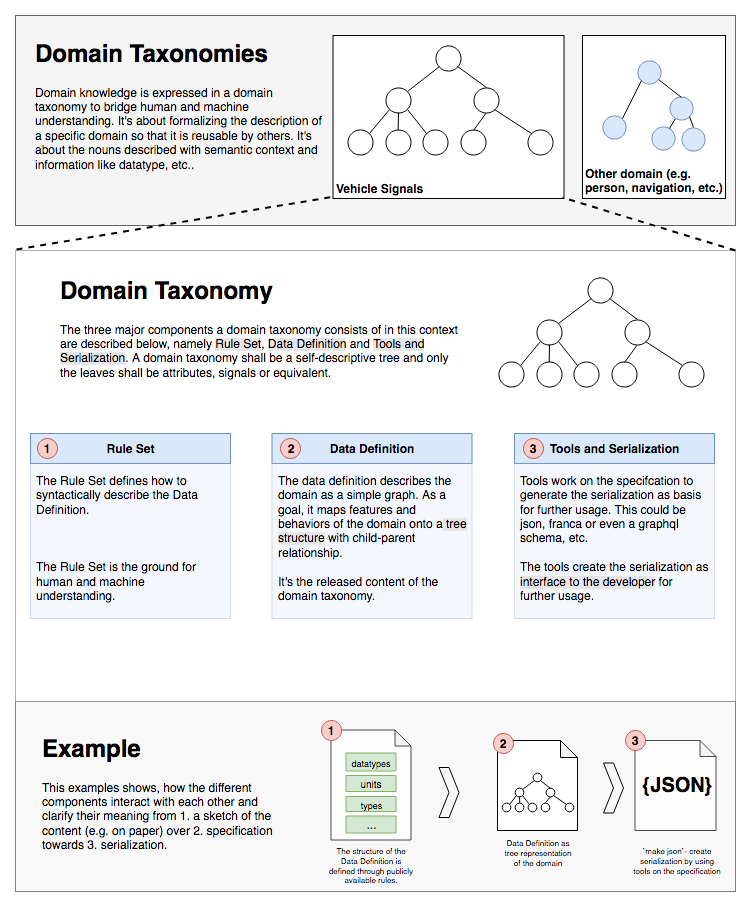
This is documentation/content/introduction/images/taxonomies.png from COVESA/vss-tools, a draw.io export, as it was before one commit. Source tidied: cells renumbered, new cells last; positions are measured from the earlier drawing's top-left corner, leaving out a move shared by most shapes.
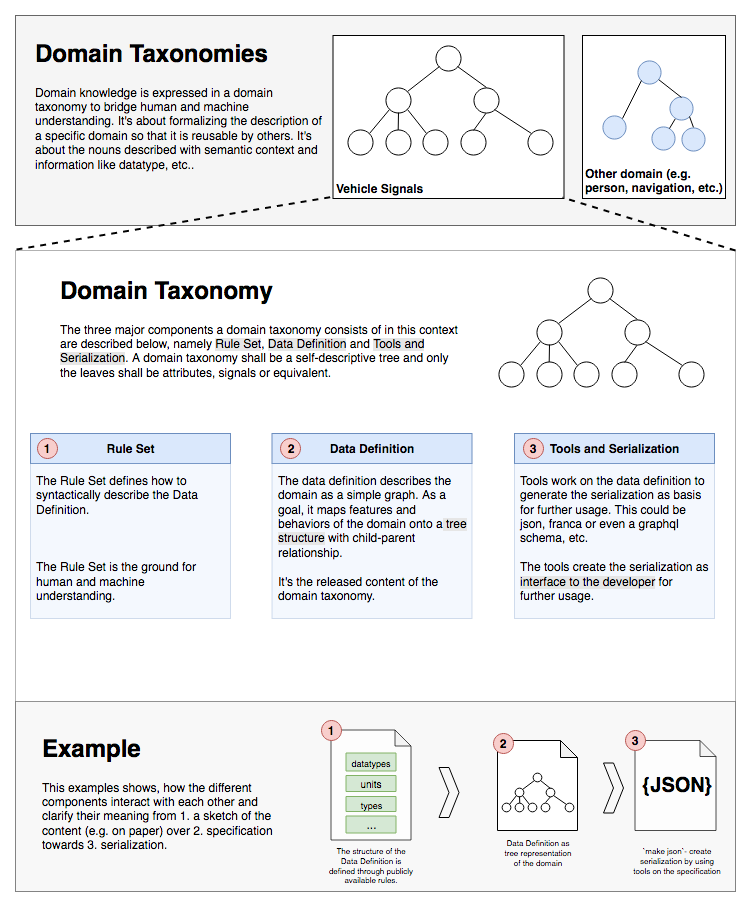
Above is the later version.

What changed in the source:
```diff
@@ -26,7 +26,7 @@
     <mxCell id="9" value="&lt;div&gt;The Rule Set &lt;span style=&quot;background-color: transparent&quot;&gt;defines &lt;/span&gt;how to syntactically describe the Data Definition. &lt;br&gt;&lt;/div&gt;&lt;div&gt;&lt;br&gt;&lt;/div&gt;&lt;div&gt;&lt;br&gt;&lt;/div&gt;&lt;div&gt;&lt;br&gt;&lt;/div&gt;&lt;div&gt;The Rule Set is the ground for human and machine understanding.&lt;br&gt;&lt;/div&gt;" style="rounded=0;whiteSpace=wrap;html=1;fillColor=#dae8fc;strokeColor=#6c8ebf;opacity=30;align=left;labelPosition=center;verticalLabelPosition=middle;verticalAlign=top;spacing=5;" parent="1" vertex="1">
       <mxGeometry x="15" y="448" width="200" height="155" as="geometry" />
     </mxCell>
-    <mxCell id="10" value="&lt;div&gt;Tools work on the specifcation to generate the serialization as basis for further usage. This could be json, franca or even a graphql schema, etc.&lt;/div&gt;&lt;div&gt;&lt;br&gt;&lt;/div&gt;&lt;div&gt;The tools create the serialization as &lt;span style=&quot;background-color: rgb(230 , 230 , 230)&quot;&gt;interface to the developer&lt;/span&gt; for further usage.&lt;br&gt; &lt;/div&gt;" style="rounded=0;whiteSpace=wrap;html=1;fillColor=#dae8fc;strokeColor=#6c8ebf;opacity=30;align=left;labelPosition=center;verticalLabelPosition=middle;verticalAlign=top;spacing=5;" parent="1" vertex="1">
+    <mxCell id="10" value="&lt;div&gt;Tools work on the data definition to generate the serialization as basis for further usage. This could be json, franca or even a graphql schema, etc.&lt;/div&gt;&lt;div&gt;&lt;br&gt;&lt;/div&gt;&lt;div&gt;The tools create the serialization as &lt;span style=&quot;background-color: rgb(230 , 230 , 230)&quot;&gt;interface to the developer&lt;/span&gt; for further usage.&lt;br&gt; &lt;/div&gt;" style="rounded=0;whiteSpace=wrap;html=1;fillColor=#dae8fc;strokeColor=#6c8ebf;opacity=30;align=left;labelPosition=center;verticalLabelPosition=middle;verticalAlign=top;spacing=5;" parent="1" vertex="1">
       <mxGeometry x="499" y="448" width="200" height="155" as="geometry" />
     </mxCell>
     <mxCell id="11" value="&lt;h1&gt;Domain Taxonomy&lt;/h1&gt;&lt;div&gt;The three major components a domain taxonomy consists of in this context are described below, namely&lt;span style=&quot;background-color: rgb(230 , 230 , 230)&quot;&gt;&lt;/span&gt; &lt;span style=&quot;background-color: rgb(230 , 230 , 230)&quot;&gt;Rule Set&lt;/span&gt;, &lt;span style=&quot;background-color: rgb(230 , 230 , 230)&quot;&gt;Data Definition&lt;/span&gt; and &lt;span style=&quot;background-color: rgb(230 , 230 , 230)&quot;&gt;Tools and Serialization&lt;/span&gt;. A domain taxonomy shall be a self-descriptive tree and only the leaves shall be attributes, signals or equivalent.&lt;br&gt;&lt;/div&gt;" style="text;html=1;strokeColor=none;fillColor=none;spacing=5;spacingTop=-20;whiteSpace=wrap;overflow=hidden;rounded=0;opacity=30;align=left;" parent="1" vertex="1">
```
